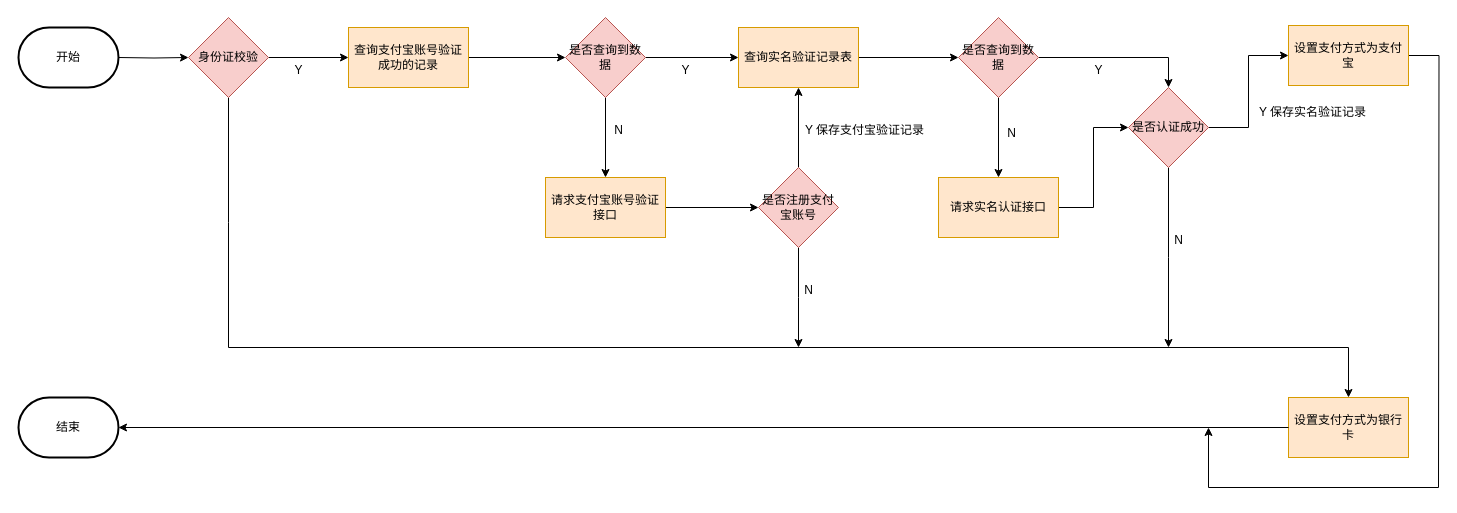
Before: 监听下单事件.drawio in Jie33/draw, a draw.io diagram. Source tidied: cells renumbered, new cells numbered last; positions are measured from the earlier drawing's top-left corner, leaving out a move shared by most shapes. Both pictures are drawn from the tidied source at 100%, with x=0, y=0 at pixel (18, 17).
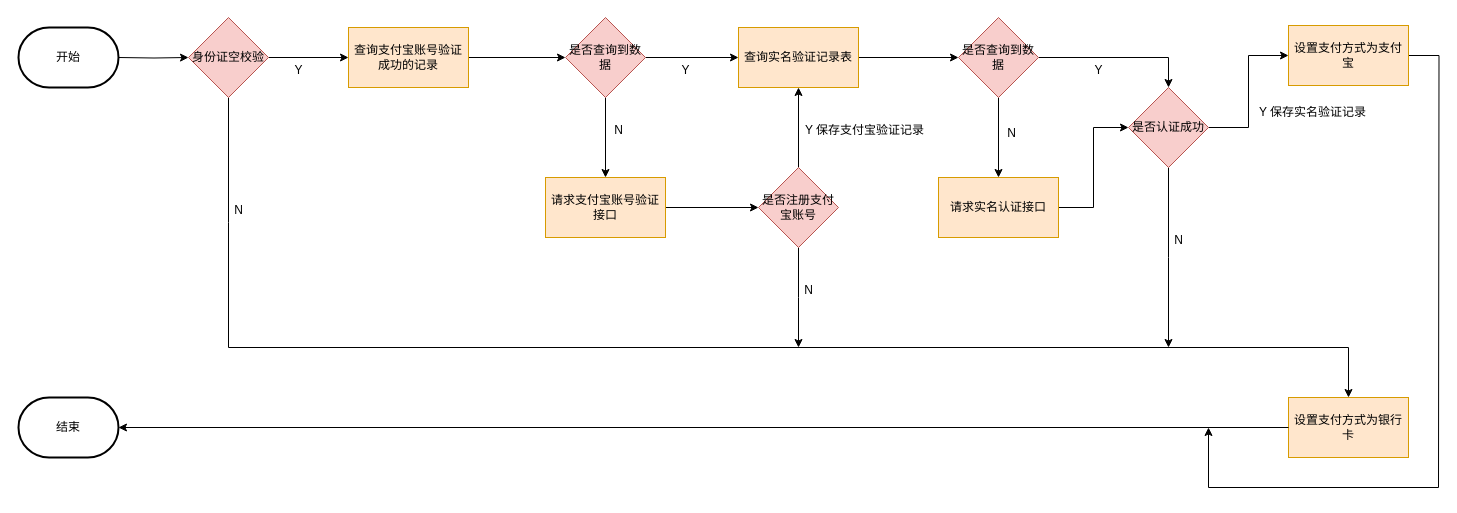
After the change.

Commit message (it also covers changes not shown here):
更新监听下单事件.drawio

Diff of the diagram source:
```diff
@@
-    <mxCell id="5" value="身份证校验" style="rhombus;whiteSpace=wrap;html=1;fillColor=#f8cecc;strokeColor=#b85450;" parent="1" vertex="1">
+    <mxCell id="5" value="身份证空校验" style="rhombus;whiteSpace=wrap;html=1;fillColor=#f8cecc;strokeColor=#b85450;" parent="1" vertex="1">
       <mxGeometry x="170" width="80" height="80" as="geometry" />
     </mxCell>
@@
+    <mxCell id="45" value="N" style="text;html=1;align=center;verticalAlign=middle;strokeColor=none;fillColor=none;" parent="1" vertex="1">
+      <mxGeometry x="205" y="178" width="30" height="30" as="geometry" />
+    </mxCell>
```
